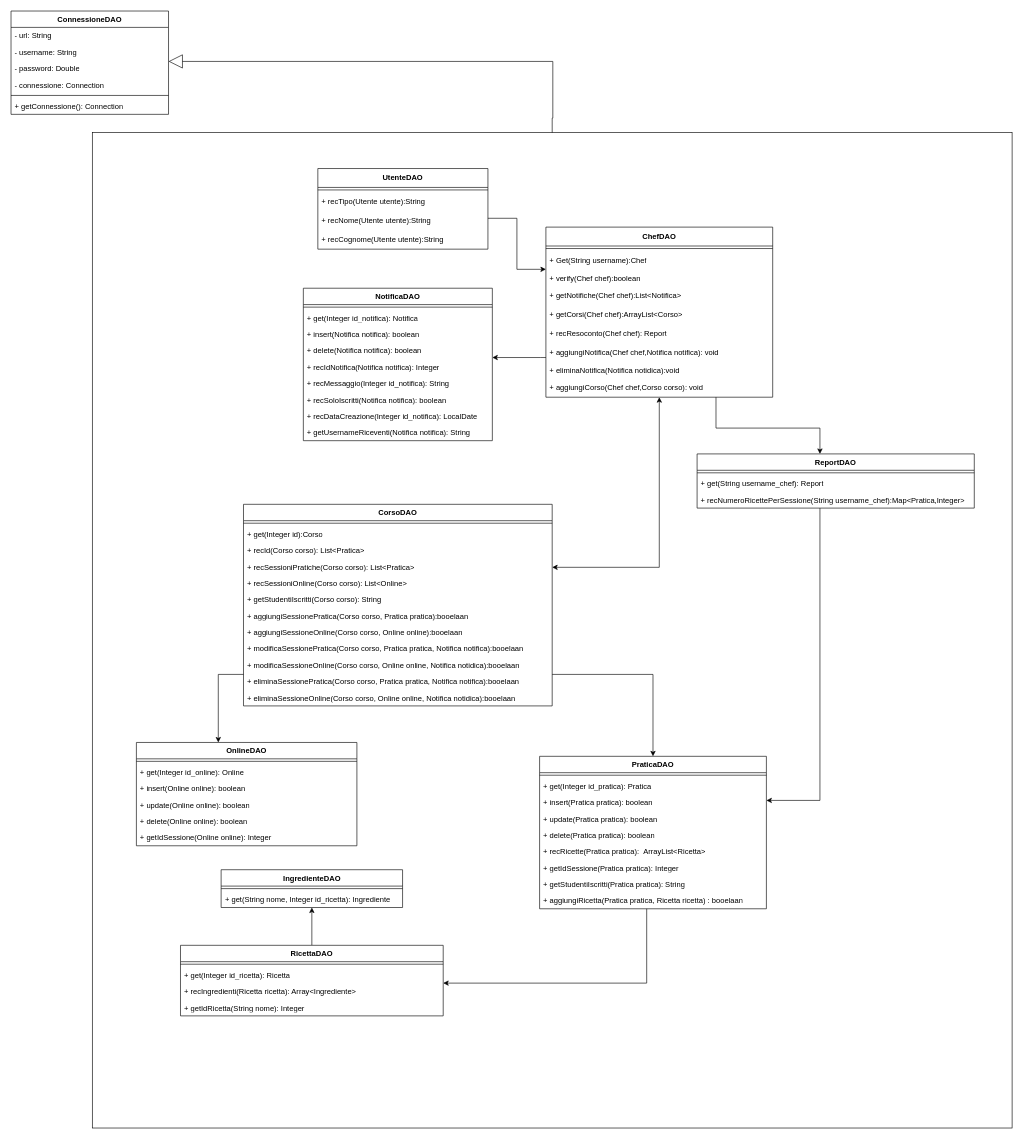
MetisWastaken/UninaFoodLab keeps this draw.io diagram as page "dao" (2 of 3) of obj/uml/UML1.drawio. Above is the earlier version. Source tidied: cells renumbered, new cells numbered last; positions are measured from the earlier drawing's top-left corner, leaving out a move shared by most shapes. Both pictures are drawn from the tidied source at 63%, with x=0, y=0 at pixel (11, 11).
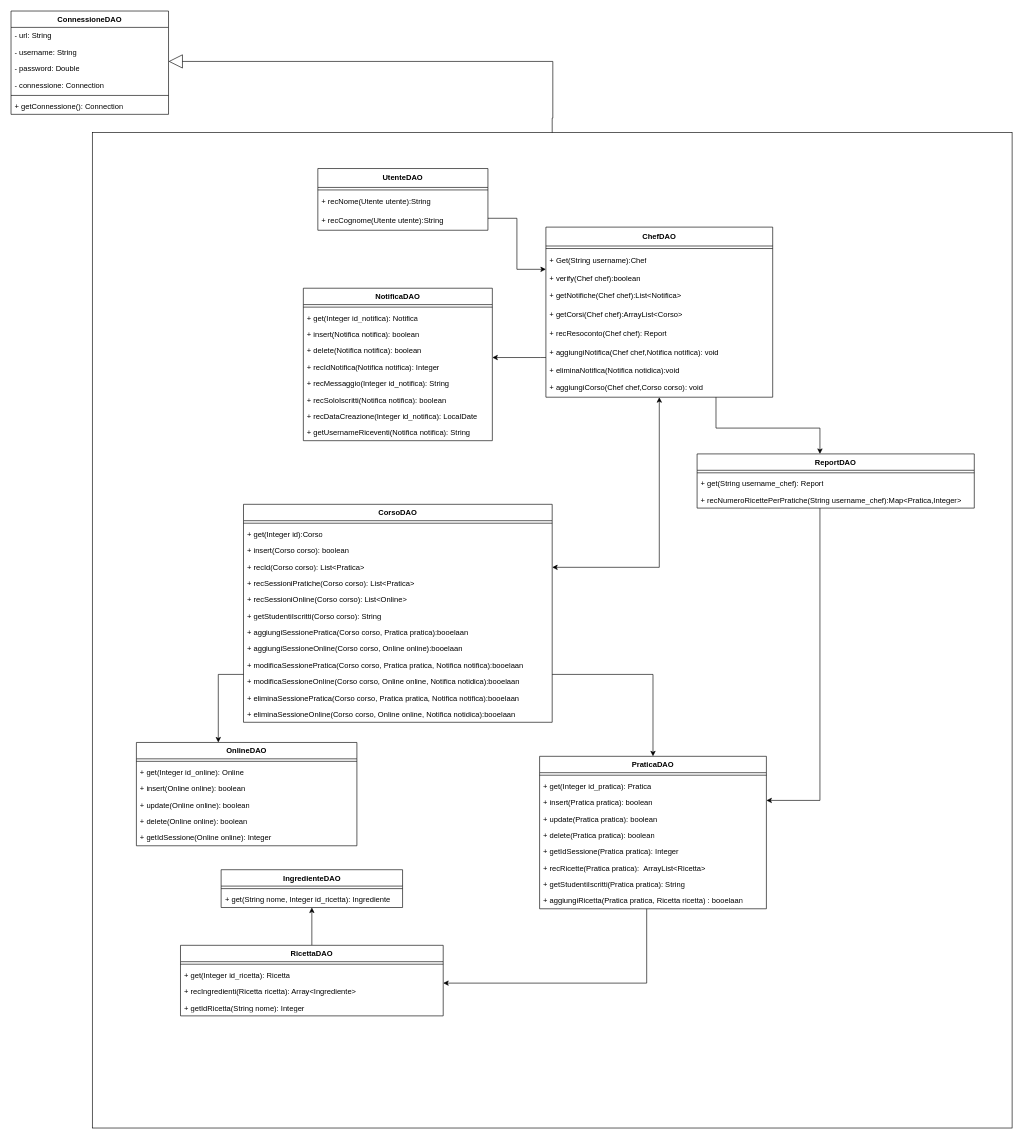
Above is the later version.

The change refers to these unchanged cells:
```xml
<mxCell id="28" value="PraticaDAO" style="swimlane;align=center;verticalAlign=top;horizontal=1;startSize=26;whiteSpace=wrap;html=1;" parent="1" vertex="1">
  <mxGeometry x="839" y="1183" width="360" height="242" as="geometry" />
</mxCell>
<mxCell id="65" value="ReportDAO" style="swimlane;align=center;verticalAlign=top;horizontal=1;startSize=26;whiteSpace=wrap;html=1;" parent="1" vertex="1">
  <mxGeometry x="1089" y="703" width="440" height="86" as="geometry" />
</mxCell>
```

The edit, as a diff of the source:
```diff
@@
+    <mxCell id="35" value="+ getIdSessione(Pratica pratica): Integer&amp;nbsp;" style="text;strokeColor=none;fillColor=none;align=left;verticalAlign=top;spacingLeft=4;spacingRight=4;overflow=hidden;whiteSpace=wrap;html=1;" parent="28" vertex="1">
+      <mxGeometry y="138" width="360" height="26" as="geometry" />
+    </mxCell>
     <mxCell id="34" value="+ recRicette(Pratica pratica):&amp;nbsp;&amp;nbsp;ArrayList&amp;lt;Ricetta&amp;gt;" style="text;strokeColor=none;fillColor=none;align=left;verticalAlign=top;spacingLeft=4;spacingRight=4;overflow=hidden;whiteSpace=wrap;html=1;" parent="28" vertex="1">
-      <mxGeometry y="138" width="360" height="26" as="geometry" />
+      <mxGeometry y="164" width="360" height="26" as="geometry" />
     </mxCell>
-    <mxCell id="35" value="+ getIdSessione(Pratica pratica): Integer&amp;nbsp;" style="text;strokeColor=none;fillColor=none;align=left;verticalAlign=top;spacingLeft=4;spacingRight=4;overflow=hidden;whiteSpace=wrap;html=1;" parent="28" vertex="1">
-      <mxGeometry y="164" width="360" height="26" as="geometry" />
-    </mxCell>
@@
     <mxCell id="41" value="CorsoDAO" style="swimlane;align=center;verticalAlign=top;horizontal=1;startSize=26;whiteSpace=wrap;html=1;" parent="1" vertex="1">
-      <mxGeometry x="369" y="783" width="490" height="320" as="geometry" />
+      <mxGeometry x="369" y="783" width="490" height="346" as="geometry" />
     </mxCell>
@@
+    <mxCell id="87" value="+ insert(Corso corso&lt;span style=&quot;color: light-dark(rgb(0, 0, 0), rgb(255, 255, 255)); background-color: transparent;&quot;&gt;): boolean&lt;/span&gt;" style="text;strokeColor=none;fillColor=none;align=left;verticalAlign=top;spacingLeft=4;spacingRight=4;overflow=hidden;whiteSpace=wrap;html=1;" parent="41" vertex="1">
+      <mxGeometry y="60" width="490" height="26" as="geometry" />
+    </mxCell>
     <mxCell id="44" value="+ recId(Corso corso): List&amp;lt;Pratica&amp;gt;" style="text;strokeColor=none;fillColor=none;align=left;verticalAlign=top;spacingLeft=4;spacingRight=4;overflow=hidden;whiteSpace=wrap;html=1;" parent="41" vertex="1">
-      <mxGeometry y="60" width="490" height="26" as="geometry" />
+      <mxGeometry y="86" width="490" height="26" as="geometry" />
     </mxCell>
     <mxCell id="45" value="+ recSessioniPratiche(Corso corso): List&amp;lt;Pratica&amp;gt;" style="text;strokeColor=none;fillColor=none;align=left;verticalAlign=top;spacingLeft=4;spacingRight=4;overflow=hidden;whiteSpace=wrap;html=1;" parent="41" vertex="1">
-      <mxGeometry y="86" width="490" height="26" as="geometry" />
+      <mxGeometry y="112" width="490" height="26" as="geometry" />
     </mxCell>
     <mxCell id="46" value="+ recSessioniOnline(Corso corso): List&amp;lt;Online&amp;gt;" style="text;strokeColor=none;fillColor=none;align=left;verticalAlign=top;spacingLeft=4;spacingRight=4;overflow=hidden;whiteSpace=wrap;html=1;" parent="41" vertex="1">
-      <mxGeometry y="112" width="490" height="26" as="geometry" />
+      <mxGeometry y="138" width="490" height="26" as="geometry" />
     </mxCell>
     <mxCell id="47" value="+ getStudentiIscritti(Corso corso): String" style="text;strokeColor=none;fillColor=none;align=left;verticalAlign=top;spacingLeft=4;spacingRight=4;overflow=hidden;whiteSpace=wrap;html=1;" parent="41" vertex="1">
-      <mxGeometry y="138" width="490" height="26" as="geometry" />
+      <mxGeometry y="164" width="490" height="26" as="geometry" />
     </mxCell>
     <mxCell id="48" value="+ aggiungiSessionePratica(Corso corso, Pratica pratica):booelaan" style="text;strokeColor=none;fillColor=none;align=left;verticalAlign=top;spacingLeft=4;spacingRight=4;overflow=hidden;whiteSpace=wrap;html=1;" parent="41" vertex="1">
-      <mxGeometry y="164" width="490" height="26" as="geometry" />
+      <mxGeometry y="190" width="490" height="26" as="geometry" />
     </mxCell>
     <mxCell id="49" value="+ aggiungiSessioneOnline(Corso corso,&amp;nbsp;Online online):booelaan" style="text;strokeColor=none;fillColor=none;align=left;verticalAlign=top;spacingLeft=4;spacingRight=4;overflow=hidden;whiteSpace=wrap;html=1;" parent="41" vertex="1">
-      <mxGeometry y="190" width="490" height="26" as="geometry" />
+      <mxGeometry y="216" width="490" height="26" as="geometry" />
     </mxCell>
     <mxCell id="50" value="+ modificaSessionePratica(Corso corso,&amp;nbsp;Pratica pratica, Notifica notifica):booelaan" style="text;strokeColor=none;fillColor=none;align=left;verticalAlign=top;spacingLeft=4;spacingRight=4;overflow=hidden;whiteSpace=wrap;html=1;" parent="41" vertex="1">
-      <mxGeometry y="216" width="490" height="26" as="geometry" />
+      <mxGeometry y="242" width="490" height="26" as="geometry" />
     </mxCell>
     <mxCell id="51" value="+ modificaSessioneOnline(Corso corso,&amp;nbsp;Online online, Notifica notidica):booelaan" style="text;strokeColor=none;fillColor=none;align=left;verticalAlign=top;spacingLeft=4;spacingRight=4;overflow=hidden;whiteSpace=wrap;html=1;" parent="41" vertex="1">
-      <mxGeometry y="242" width="490" height="26" as="geometry" />
+      <mxGeometry y="268" width="490" height="26" as="geometry" />
     </mxCell>
     <mxCell id="52" value="+ eliminaSessionePratica(Corso corso,&amp;nbsp;Pratica pratica, Notifica notifica):booelaan" style="text;strokeColor=none;fillColor=none;align=left;verticalAlign=top;spacingLeft=4;spacingRight=4;overflow=hidden;whiteSpace=wrap;html=1;" parent="41" vertex="1">
-      <mxGeometry y="268" width="490" height="26" as="geometry" />
+      <mxGeometry y="294" width="490" height="26" as="geometry" />
     </mxCell>
     <mxCell id="53" value="+ eliminaSessioneOnline(Corso corso,&amp;nbsp;Online online, Notifica notidica):booelaan" style="text;strokeColor=none;fillColor=none;align=left;verticalAlign=top;spacingLeft=4;spacingRight=4;overflow=hidden;whiteSpace=wrap;html=1;" parent="41" vertex="1">
-      <mxGeometry y="294" width="490" height="26" as="geometry" />
+      <mxGeometry y="320" width="490" height="26" as="geometry" />
     </mxCell>
@@
-    <mxCell id="68" value="+ recNumeroRicettePerSessione(String username_chef):Map&amp;lt;Pratica,Integer&amp;gt;" style="text;strokeColor=none;fillColor=none;align=left;verticalAlign=top;spacingLeft=4;spacingRight=4;overflow=hidden;whiteSpace=wrap;html=1;" parent="65" vertex="1">
+    <mxCell id="68" value="+ recNumeroRicettePerPratiche(String username_chef):Map&amp;lt;Pratica,Integer&amp;gt;" style="text;strokeColor=none;fillColor=none;align=left;verticalAlign=top;spacingLeft=4;spacingRight=4;overflow=hidden;whiteSpace=wrap;html=1;" parent="65" vertex="1">
       <mxGeometry y="60" width="440" height="26" as="geometry" />
     </mxCell>
@@
     <mxCell id="70" value="&lt;b&gt;UtenteDAO&lt;/b&gt;" style="swimlane;fontStyle=0;horizontal=1;startSize=30;whiteSpace=wrap;html=1;" parent="1" vertex="1">
-      <mxGeometry x="487" y="250" width="270" height="128" as="geometry" />
+      <mxGeometry x="487" y="250" width="270" height="98" as="geometry" />
     </mxCell>
@@
-    <mxCell id="72" value="+ recTipo(Utente utente):String" style="text;strokeColor=none;fillColor=none;align=left;verticalAlign=middle;spacingLeft=4;spacingRight=4;overflow=hidden;whiteSpace=wrap;html=1;" parent="70" vertex="1">
-      <mxGeometry y="38" width="270" height="30" as="geometry" />
-    </mxCell>
     <mxCell id="73" value="+ recNome(Utente utente):String" style="text;strokeColor=none;fillColor=none;align=left;verticalAlign=middle;spacingLeft=4;spacingRight=4;overflow=hidden;whiteSpace=wrap;html=1;" parent="70" vertex="1">
-      <mxGeometry y="68" width="270" height="30" as="geometry" />
+      <mxGeometry y="38" width="270" height="30" as="geometry" />
     </mxCell>
     <mxCell id="74" value="+ recCognome(Utente utente):String" style="text;strokeColor=none;fillColor=none;align=left;verticalAlign=middle;spacingLeft=4;spacingRight=4;overflow=hidden;whiteSpace=wrap;html=1;" parent="70" vertex="1">
-      <mxGeometry y="98" width="270" height="30" as="geometry" />
+      <mxGeometry y="68" width="270" height="30" as="geometry" />
     </mxCell>
```
